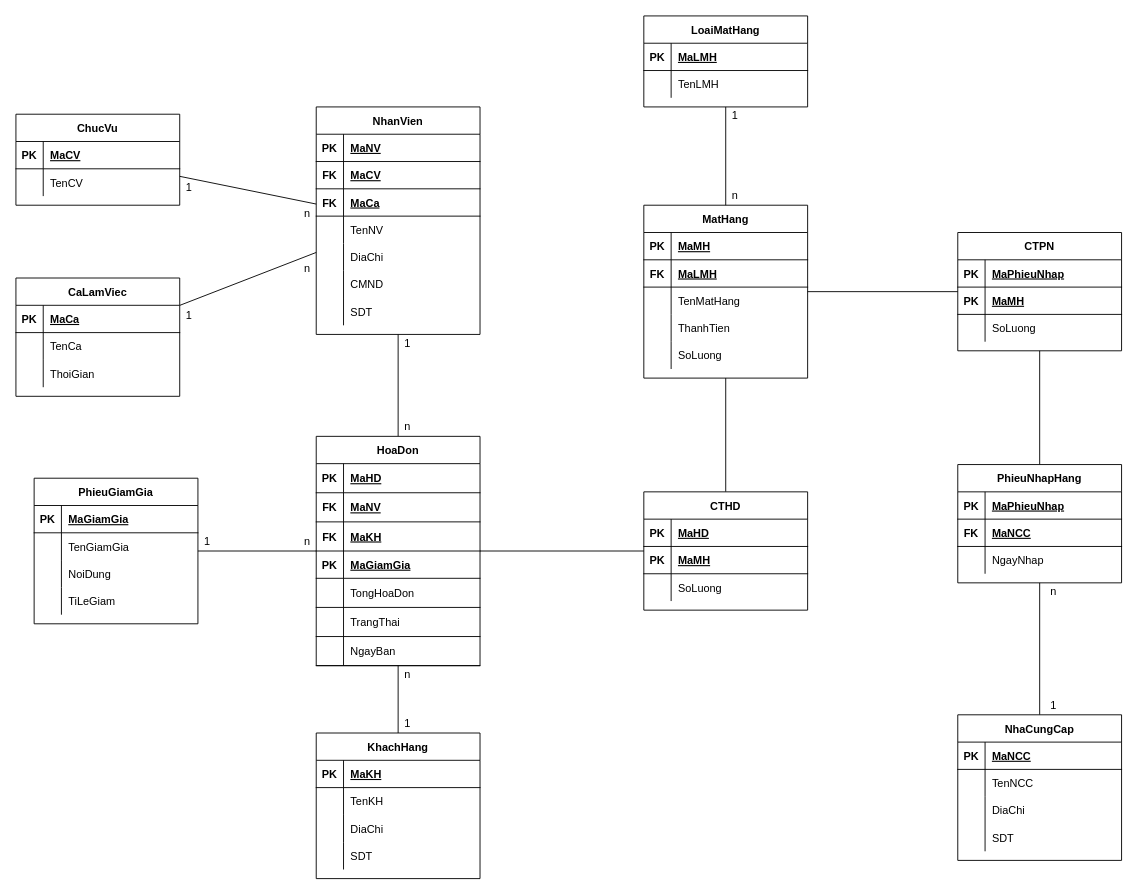
This is docs/ERD.drawio from EdgarIgnite16/Mini-Store-Manager, a draw.io file, before an edit. Source tidied: cells renumbered, new cells numbered last; positions are measured from the earlier drawing's top-left corner, leaving out a move shared by most shapes. Both pictures are drawn from the tidied source at 91%, with x=0, y=0 at pixel (15, 15).
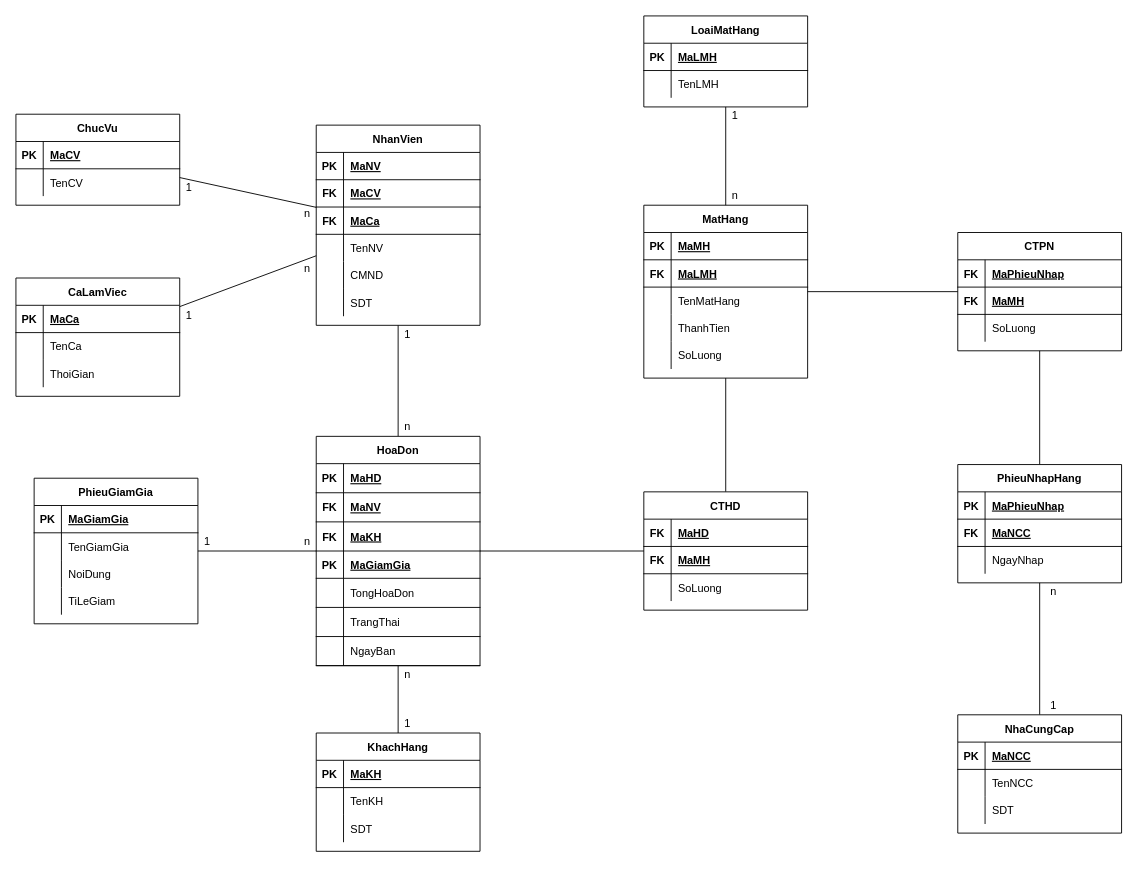
The same page after the edit.

The change refers to these unchanged cells:
```xml
<mxCell id="94" style="shape=tableRow;horizontal=0;startSize=0;swimlaneHead=0;swimlaneBody=0;fillColor=none;top=0;left=0;right=0;bottom=1;strokeColor=default;" parent="93" vertex="1">
  <mxGeometry y="30" width="180" height="30" as="geometry" />
</mxCell>
<mxCell id="97" style="shape=tableRow;horizontal=0;startSize=0;swimlaneHead=0;swimlaneBody=0;fillColor=none;top=0;left=0;right=0;bottom=1;strokeColor=default;" parent="93" vertex="1">
  <mxGeometry y="60" width="180" height="30" as="geometry" />
</mxCell>
<mxCell id="136" style="shape=tableRow;horizontal=0;startSize=0;swimlaneHead=0;swimlaneBody=0;fillColor=none;top=0;left=0;right=0;bottom=1;strokeColor=default;" parent="135" vertex="1">
  <mxGeometry y="30" width="180" height="30" as="geometry" />
</mxCell>
<mxCell id="139" style="shape=tableRow;horizontal=0;startSize=0;swimlaneHead=0;swimlaneBody=0;fillColor=none;top=0;left=0;right=0;bottom=1;strokeColor=default;" parent="135" vertex="1">
  <mxGeometry y="60" width="180" height="30" as="geometry" />
</mxCell>
```

What changed in the source:
```diff
@@
     <mxCell id="36" value="NhanVien" style="shape=table;startSize=30;childLayout=tableLayout;rowLines=0;fontStyle=1;align=center;strokeColor=default;" parent="1" vertex="1">
-      <mxGeometry x="330" y="100" width="180" height="250" as="geometry" />
+      <mxGeometry x="330" y="120" width="180" height="220" as="geometry" />
     </mxCell>
@@
-    <mxCell id="49" style="shape=tableRow;horizontal=0;startSize=0;swimlaneHead=0;swimlaneBody=0;fillColor=none;top=0;left=0;right=0;bottom=0;strokeColor=default;" parent="36" vertex="1">
-      <mxGeometry y="150" width="180" height="30" as="geometry" />
-    </mxCell>
-    <mxCell id="50" style="shape=partialRectangle;fillColor=none;top=0;left=0;bottom=0;right=0;overflow=hidden;strokeColor=default;" parent="49" vertex="1">
-      <mxGeometry width="30" height="30" as="geometry" />
-    </mxCell>
-    <mxCell id="51" value="DiaChi" style="shape=partialRectangle;fillColor=none;top=0;left=0;bottom=0;right=0;align=left;spacingLeft=6;overflow=hidden;strokeColor=default;" parent="49" vertex="1">
-      <mxGeometry x="30" width="150" height="30" as="geometry" />
-    </mxCell>
     <mxCell id="52" style="shape=tableRow;horizontal=0;startSize=0;swimlaneHead=0;swimlaneBody=0;fillColor=none;top=0;left=0;right=0;bottom=0;strokeColor=default;" parent="36" vertex="1">
-      <mxGeometry y="180" width="180" height="30" as="geometry" />
+      <mxGeometry y="150" width="180" height="30" as="geometry" />
     </mxCell>
@@
     <mxCell id="55" style="shape=tableRow;horizontal=0;startSize=0;swimlaneHead=0;swimlaneBody=0;fillColor=none;top=0;left=0;right=0;bottom=0;strokeColor=default;" parent="36" vertex="1">
-      <mxGeometry y="210" width="180" height="30" as="geometry" />
+      <mxGeometry y="180" width="180" height="30" as="geometry" />
     </mxCell>
@@
     <mxCell id="80" value="KhachHang" style="shape=table;startSize=30;childLayout=tableLayout;rowLines=0;fontStyle=1;align=center;strokeColor=default;" parent="1" vertex="1">
-      <mxGeometry x="330" y="788" width="180" height="160" as="geometry" />
+      <mxGeometry x="330" y="788" width="180" height="130" as="geometry" />
     </mxCell>
@@
-    <mxCell id="87" style="shape=tableRow;horizontal=0;startSize=0;swimlaneHead=0;swimlaneBody=0;fillColor=none;top=0;left=0;right=0;bottom=0;strokeColor=default;" parent="80" vertex="1">
-      <mxGeometry y="90" width="180" height="30" as="geometry" />
-    </mxCell>
-    <mxCell id="88" style="shape=partialRectangle;fillColor=none;top=0;left=0;bottom=0;right=0;overflow=hidden;strokeColor=default;" parent="87" vertex="1">
-      <mxGeometry width="30" height="30" as="geometry" />
-    </mxCell>
-    <mxCell id="89" value="DiaChi" style="shape=partialRectangle;fillColor=none;top=0;left=0;bottom=0;right=0;align=left;spacingLeft=6;overflow=hidden;strokeColor=default;" parent="87" vertex="1">
-      <mxGeometry x="30" width="150" height="30" as="geometry" />
-    </mxCell>
     <mxCell id="90" style="shape=tableRow;horizontal=0;startSize=0;swimlaneHead=0;swimlaneBody=0;fillColor=none;top=0;left=0;right=0;bottom=0;strokeColor=default;" parent="80" vertex="1">
-      <mxGeometry y="120" width="180" height="30" as="geometry" />
+      <mxGeometry y="90" width="180" height="30" as="geometry" />
     </mxCell>
@@
-    <mxCell id="95" value="PK" style="shape=partialRectangle;fillColor=none;top=0;left=0;bottom=0;right=0;fontStyle=1;overflow=hidden;strokeColor=default;" parent="94" vertex="1">
+    <mxCell id="95" value="FK" style="shape=partialRectangle;fillColor=none;top=0;left=0;bottom=0;right=0;fontStyle=1;overflow=hidden;strokeColor=default;" parent="94" vertex="1">
       <mxGeometry width="30" height="30" as="geometry" />
     </mxCell>
@@
-    <mxCell id="98" value="PK" style="shape=partialRectangle;fillColor=none;top=0;left=0;bottom=0;right=0;fontStyle=1;overflow=hidden;strokeColor=default;" parent="97" vertex="1">
+    <mxCell id="98" value="FK" style="shape=partialRectangle;fillColor=none;top=0;left=0;bottom=0;right=0;fontStyle=1;overflow=hidden;strokeColor=default;" parent="97" vertex="1">
       <mxGeometry width="30" height="30" as="geometry" />
     </mxCell>
@@
     <mxCell id="121" value="NhaCungCap" style="shape=table;startSize=30;childLayout=tableLayout;rowLines=0;fontStyle=1;align=center;strokeColor=default;" parent="1" vertex="1">
-      <mxGeometry x="1035" y="768" width="180" height="160" as="geometry" />
+      <mxGeometry x="1035" y="768" width="180" height="130" as="geometry" />
     </mxCell>
@@
-    <mxCell id="128" style="shape=tableRow;horizontal=0;startSize=0;swimlaneHead=0;swimlaneBody=0;fillColor=none;top=0;left=0;right=0;bottom=0;strokeColor=default;" parent="121" vertex="1">
-      <mxGeometry y="90" width="180" height="30" as="geometry" />
-    </mxCell>
-    <mxCell id="129" style="shape=partialRectangle;fillColor=none;top=0;left=0;bottom=0;right=0;overflow=hidden;strokeColor=default;" parent="128" vertex="1">
-      <mxGeometry width="30" height="30" as="geometry" />
-    </mxCell>
-    <mxCell id="130" value="DiaChi" style="shape=partialRectangle;fillColor=none;top=0;left=0;bottom=0;right=0;align=left;spacingLeft=6;overflow=hidden;strokeColor=default;" parent="128" vertex="1">
-      <mxGeometry x="30" width="150" height="30" as="geometry" />
-    </mxCell>
     <mxCell id="131" style="shape=tableRow;horizontal=0;startSize=0;swimlaneHead=0;swimlaneBody=0;fillColor=none;top=0;left=0;right=0;bottom=0;strokeColor=default;" parent="121" vertex="1">
-      <mxGeometry y="120" width="180" height="30" as="geometry" />
+      <mxGeometry y="90" width="180" height="30" as="geometry" />
     </mxCell>
@@
-    <mxCell id="137" value="PK" style="shape=partialRectangle;fillColor=none;top=0;left=0;bottom=0;right=0;fontStyle=1;overflow=hidden;strokeColor=default;" parent="136" vertex="1">
+    <mxCell id="137" value="FK" style="shape=partialRectangle;fillColor=none;top=0;left=0;bottom=0;right=0;fontStyle=1;overflow=hidden;strokeColor=default;" parent="136" vertex="1">
       <mxGeometry width="30" height="30" as="geometry" />
     </mxCell>
@@
-    <mxCell id="140" value="PK" style="shape=partialRectangle;fillColor=none;top=0;left=0;bottom=0;right=0;fontStyle=1;overflow=hidden;strokeColor=default;" parent="139" vertex="1">
+    <mxCell id="140" value="FK" style="shape=partialRectangle;fillColor=none;top=0;left=0;bottom=0;right=0;fontStyle=1;overflow=hidden;strokeColor=default;" parent="139" vertex="1">
       <mxGeometry width="30" height="30" as="geometry" />
     </mxCell>
@@
     <mxCell id="159" value="1" style="text;html=1;align=center;verticalAlign=middle;strokeColor=none;fillColor=none;" parent="1" vertex="1">
-      <mxGeometry x="420" y="350" width="20" height="20" as="geometry" />
+      <mxGeometry x="420" y="340" width="20" height="20" as="geometry" />
     </mxCell>
```
